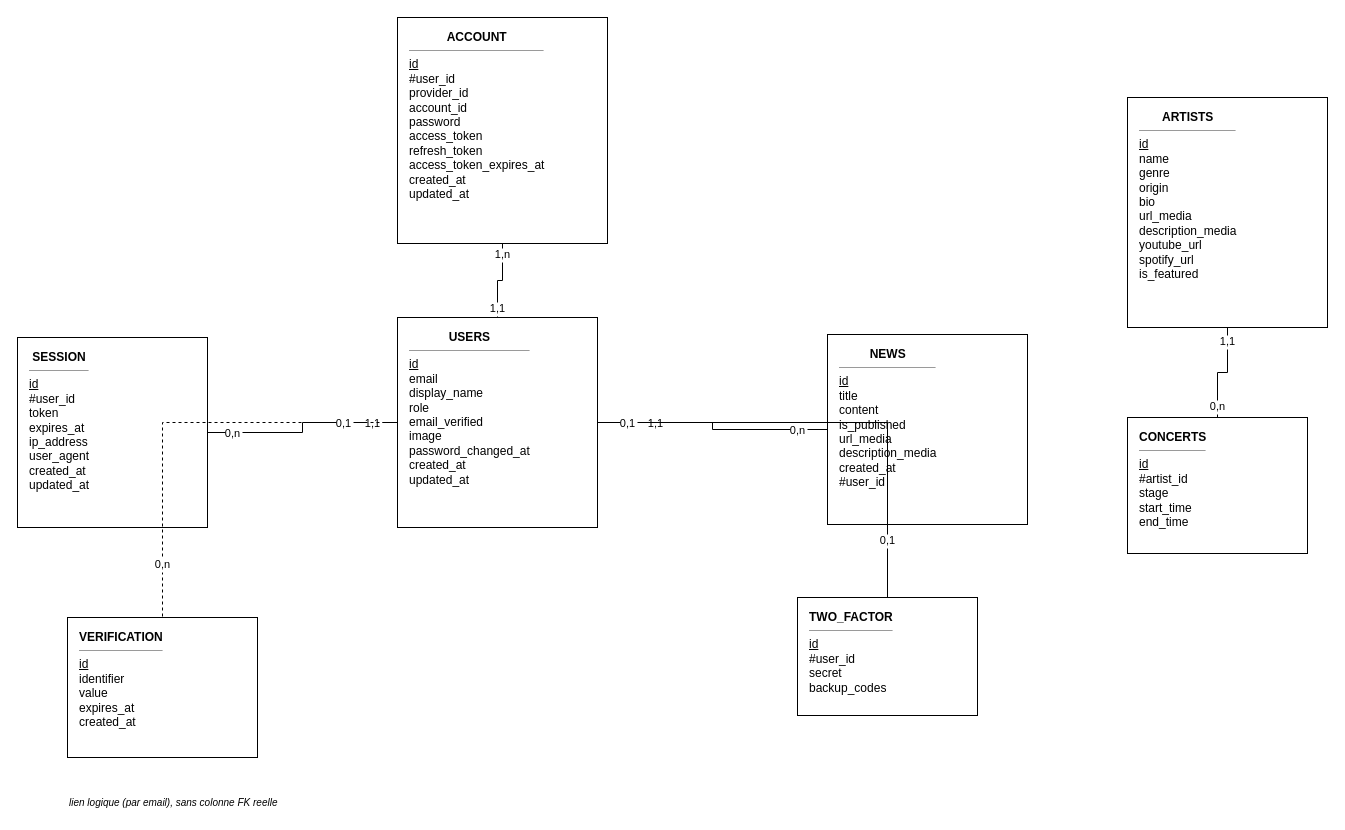
The draw.io diagram Modèle de données/MLD.drawio in aurelienrnd/FestApp, before the edit. Source tidied: cells renumbered, new cells numbered last; positions are measured from the earlier drawing's top-left corner, leaving out a move shared by most shapes. Both pictures are drawn from the tidied source at 100%, with x=0, y=0 at pixel (17, 17).
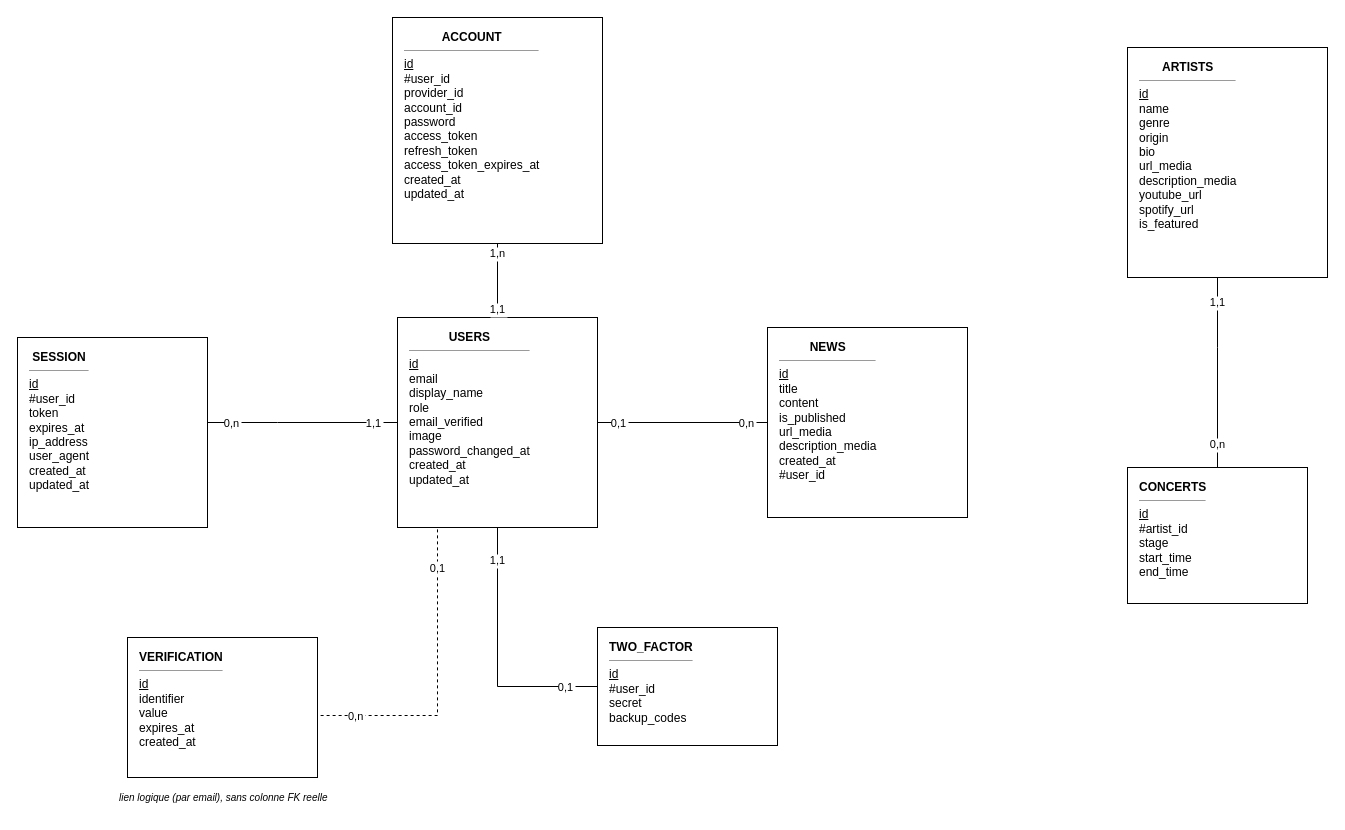
Above is the later version.

Unchanged cells that the change refers to:
```xml
<mxCell id="4" value="&lt;div style=&quot;text-align:center;font-weight:bold&quot;&gt;SESSION&lt;/div&gt;&lt;hr size=&quot;1&quot;/&gt;&lt;div style=&quot;text-decoration:underline&quot;&gt;id&lt;/div&gt;&lt;div&gt;#user_id&lt;/div&gt;&lt;div&gt;token&lt;/div&gt;&lt;div&gt;expires_at&lt;/div&gt;&lt;div&gt;ip_address&lt;/div&gt;&lt;div&gt;user_agent&lt;/div&gt;&lt;div&gt;created_at&lt;/div&gt;&lt;div&gt;updated_at&lt;/div&gt;" style="rounded=0;whiteSpace=wrap;html=1;align=left;verticalAlign=top;spacingLeft=10;spacingTop=6;spacingBottom=6;strokeColor=#000000;fillColor=#FFFFFF;fontColor=#000000;fontSize=12;" parent="1" vertex="1">
  <mxGeometry y="320" width="190" height="190" as="geometry" />
</mxCell>
<mxCell id="5" value="&lt;div style=&quot;text-align:center;font-weight:bold&quot;&gt;USERS&lt;/div&gt;&lt;hr size=&quot;1&quot;/&gt;&lt;div style=&quot;text-decoration:underline&quot;&gt;id&lt;/div&gt;&lt;div&gt;email&lt;/div&gt;&lt;div&gt;display_name&lt;/div&gt;&lt;div&gt;role&lt;/div&gt;&lt;div&gt;email_verified&lt;/div&gt;&lt;div&gt;image&lt;/div&gt;&lt;div&gt;password_changed_at&lt;/div&gt;&lt;div&gt;created_at&lt;/div&gt;&lt;div&gt;updated_at&lt;/div&gt;" style="rounded=0;whiteSpace=wrap;html=1;align=left;verticalAlign=top;spacingLeft=10;spacingTop=6;spacingBottom=6;strokeColor=#000000;fillColor=#FFFFFF;fontColor=#000000;fontSize=12;fontStyle=0;" parent="1" vertex="1">
  <mxGeometry x="380" y="300" width="200" height="210" as="geometry" />
</mxCell>
```

The edit, as a diff of the source:
```diff
@@
     <mxCell id="2" value="&lt;div style=&quot;text-align:center;font-weight:bold&quot;&gt;ACCOUNT&lt;/div&gt;&lt;hr size=&quot;1&quot;/&gt;&lt;div style=&quot;text-decoration:underline&quot;&gt;id&lt;/div&gt;&lt;div&gt;#user_id&lt;/div&gt;&lt;div&gt;provider_id&lt;/div&gt;&lt;div&gt;account_id&lt;/div&gt;&lt;div&gt;password&lt;/div&gt;&lt;div&gt;access_token&lt;/div&gt;&lt;div&gt;refresh_token&lt;/div&gt;&lt;div&gt;access_token_expires_at&lt;/div&gt;&lt;div&gt;created_at&lt;/div&gt;&lt;div&gt;updated_at&lt;/div&gt;" style="rounded=0;whiteSpace=wrap;html=1;align=left;verticalAlign=top;spacingLeft=10;spacingTop=6;spacingBottom=6;strokeColor=#000000;fillColor=#FFFFFF;fontColor=#000000;fontSize=12;" parent="1" vertex="1">
-      <mxGeometry x="380" width="210" height="226" as="geometry" />
+      <mxGeometry x="375" width="210" height="226" as="geometry" />
     </mxCell>
     <mxCell id="3" value="&lt;div style=&quot;text-align:center;font-weight:bold&quot;&gt;TWO_FACTOR&lt;/div&gt;&lt;hr size=&quot;1&quot;/&gt;&lt;div style=&quot;text-decoration:underline&quot;&gt;id&lt;/div&gt;&lt;div&gt;#user_id&lt;/div&gt;&lt;div&gt;secret&lt;/div&gt;&lt;div&gt;backup_codes&lt;/div&gt;" style="rounded=0;whiteSpace=wrap;html=1;align=left;verticalAlign=top;spacingLeft=10;spacingTop=6;spacingBottom=6;strokeColor=#000000;fillColor=#FFFFFF;fontColor=#000000;fontSize=12;" parent="1" vertex="1">
-      <mxGeometry x="780" y="580" width="180" height="118" as="geometry" />
+      <mxGeometry x="580" y="610" width="180" height="118" as="geometry" />
     </mxCell>
@@
     <mxCell id="6" value="&lt;div style=&quot;text-align:center;font-weight:bold&quot;&gt;VERIFICATION&lt;/div&gt;&lt;hr size=&quot;1&quot;/&gt;&lt;div style=&quot;text-decoration:underline&quot;&gt;id&lt;/div&gt;&lt;div&gt;identifier&lt;/div&gt;&lt;div&gt;value&lt;/div&gt;&lt;div&gt;expires_at&lt;/div&gt;&lt;div&gt;created_at&lt;/div&gt;" style="rounded=0;whiteSpace=wrap;html=1;align=left;verticalAlign=top;spacingLeft=10;spacingTop=6;spacingBottom=6;strokeColor=#000000;fillColor=#FFFFFF;fontColor=#000000;fontSize=12;" parent="1" vertex="1">
-      <mxGeometry x="50" y="600" width="190" height="140" as="geometry" />
+      <mxGeometry x="110" y="620" width="190" height="140" as="geometry" />
     </mxCell>
     <mxCell id="7" value="&lt;div style=&quot;text-align:center;font-weight:bold&quot;&gt;NEWS&lt;/div&gt;&lt;hr size=&quot;1&quot;/&gt;&lt;div style=&quot;text-decoration:underline&quot;&gt;id&lt;/div&gt;&lt;div&gt;title&lt;/div&gt;&lt;div&gt;content&lt;/div&gt;&lt;div&gt;is_published&lt;/div&gt;&lt;div&gt;url_media&lt;/div&gt;&lt;div&gt;description_media&lt;/div&gt;&lt;div&gt;created_at&lt;/div&gt;&lt;div&gt;#user_id&lt;/div&gt;" style="rounded=0;whiteSpace=wrap;html=1;align=left;verticalAlign=top;spacingLeft=10;spacingTop=6;spacingBottom=6;strokeColor=#000000;fillColor=#FFFFFF;fontColor=#000000;fontSize=12;" parent="1" vertex="1">
-      <mxGeometry x="810" y="317" width="200" height="190" as="geometry" />
+      <mxGeometry x="750" y="310" width="200" height="190" as="geometry" />
     </mxCell>
     <mxCell id="8" value="&lt;div style=&quot;text-align:center;font-weight:bold&quot;&gt;ARTISTS&lt;/div&gt;&lt;hr size=&quot;1&quot;/&gt;&lt;div style=&quot;text-decoration:underline&quot;&gt;id&lt;/div&gt;&lt;div&gt;name&lt;/div&gt;&lt;div&gt;genre&lt;/div&gt;&lt;div&gt;origin&lt;/div&gt;&lt;div&gt;bio&lt;/div&gt;&lt;div&gt;url_media&lt;/div&gt;&lt;div&gt;description_media&lt;/div&gt;&lt;div&gt;youtube_url&lt;/div&gt;&lt;div&gt;spotify_url&lt;/div&gt;&lt;div&gt;is_featured&lt;/div&gt;" style="rounded=0;whiteSpace=wrap;html=1;align=left;verticalAlign=top;spacingLeft=10;spacingTop=6;spacingBottom=6;strokeColor=#000000;fillColor=#FFFFFF;fontColor=#000000;fontSize=12;" parent="1" vertex="1">
-      <mxGeometry x="1110" y="80" width="200" height="230" as="geometry" />
+      <mxGeometry x="1110" y="30" width="200" height="230" as="geometry" />
     </mxCell>
     <mxCell id="9" value="&lt;div style=&quot;text-align:center;font-weight:bold&quot;&gt;CONCERTS&lt;/div&gt;&lt;hr size=&quot;1&quot;/&gt;&lt;div style=&quot;text-decoration:underline&quot;&gt;id&lt;/div&gt;&lt;div&gt;#artist_id&lt;/div&gt;&lt;div&gt;stage&lt;/div&gt;&lt;div&gt;start_time&lt;/div&gt;&lt;div&gt;end_time&lt;/div&gt;" style="rounded=0;whiteSpace=wrap;html=1;align=left;verticalAlign=top;spacingLeft=10;spacingTop=6;spacingBottom=6;strokeColor=#000000;fillColor=#FFFFFF;fontColor=#000000;fontSize=12;" parent="1" vertex="1">
-      <mxGeometry x="1110" y="400" width="180" height="136" as="geometry" />
+      <mxGeometry x="1110" y="450" width="180" height="136" as="geometry" />
     </mxCell>
     <mxCell id="10" style="edgeStyle=orthogonalEdgeStyle;rounded=0;html=0;endArrow=none;startArrow=none;strokeColor=#000000;" parent="1" edge="1" source="5" target="2">
-      <mxGeometry relative="1" as="geometry" />
+      <mxGeometry relative="1" as="geometry">
+        <Array as="points">
+          <mxPoint x="480" y="240" />
+          <mxPoint x="480" y="240" />
+        </Array>
+      </mxGeometry>
     </mxCell>
-    <mxCell id="11" value="1,1" style="edgeLabel;html=0;align=center;verticalAlign=middle;fontSize=11;fontColor=#000000;labelBackgroundColor=#FFFFFF;" parent="10" vertex="1">
-      <mxGeometry x="-0.75" relative="1" as="geometry" />
-    </mxCell>
+    <mxCell id="29" value="1,1" style="edgeLabel;html=0;align=center;verticalAlign=middle;fontSize=11;fontColor=#000000;labelBackgroundColor=#FFFFFF;" parent="10" vertex="1">
+      <mxGeometry x="-0.75" relative="1" as="geometry" />
+    </mxCell>
@@
-    <mxCell id="13" style="edgeStyle=orthogonalEdgeStyle;rounded=0;html=0;endArrow=none;startArrow=none;strokeColor=#000000;" parent="1" edge="1" source="5" target="3">
+    <mxCell id="13" style="edgeStyle=orthogonalEdgeStyle;rounded=0;html=0;endArrow=none;startArrow=none;strokeColor=#000000;entryX=0;entryY=0.5;entryDx=0;entryDy=0;" parent="1" edge="1" source="5" target="3">
       <mxGeometry relative="1" as="geometry" />
     </mxCell>
-    <mxCell id="14" value="1,1" style="edgeLabel;html=0;align=center;verticalAlign=middle;fontSize=11;fontColor=#000000;labelBackgroundColor=#FFFFFF;" parent="13" vertex="1">
-      <mxGeometry x="-0.75" relative="1" as="geometry" />
-    </mxCell>
-    <mxCell id="15" value="0,1" style="edgeLabel;html=0;align=center;verticalAlign=middle;fontSize=11;fontColor=#000000;labelBackgroundColor=#FFFFFF;" parent="13" vertex="1">
-      <mxGeometry x="0.75" relative="1" as="geometry" />
-    </mxCell>
+    <mxCell id="30" value="1,1" style="edgeLabel;html=0;align=center;verticalAlign=middle;fontSize=11;fontColor=#000000;labelBackgroundColor=#FFFFFF;" parent="13" vertex="1">
+      <mxGeometry x="-0.75" relative="1" as="geometry" />
+    </mxCell>
+    <mxCell id="31" value="0,1" style="edgeLabel;html=0;align=center;verticalAlign=middle;fontSize=11;fontColor=#000000;labelBackgroundColor=#FFFFFF;" parent="13" vertex="1">
+      <mxGeometry x="0.75" relative="1" as="geometry" />
+    </mxCell>
     <mxCell id="16" style="edgeStyle=orthogonalEdgeStyle;rounded=0;html=0;endArrow=none;startArrow=none;strokeColor=#000000;" parent="1" edge="1" source="5" target="4">
-      <mxGeometry relative="1" as="geometry" />
+      <mxGeometry relative="1" as="geometry">
+        <Array as="points">
+          <mxPoint x="260" y="405.1" />
+          <mxPoint x="260" y="405.1" />
+        </Array>
+      </mxGeometry>
     </mxCell>
-    <mxCell id="17" value="1,1" style="edgeLabel;html=0;align=center;verticalAlign=middle;fontSize=11;fontColor=#000000;labelBackgroundColor=#FFFFFF;" parent="16" vertex="1">
-      <mxGeometry x="-0.75" relative="1" as="geometry" />
-    </mxCell>
-    <mxCell id="18" value="0,n" style="edgeLabel;html=0;align=center;verticalAlign=middle;fontSize=11;fontColor=#000000;labelBackgroundColor=#FFFFFF;" parent="16" vertex="1">
-      <mxGeometry x="0.75" relative="1" as="geometry" />
-    </mxCell>
+    <mxCell id="32" value="1,1" style="edgeLabel;html=0;align=center;verticalAlign=middle;fontSize=11;fontColor=#000000;labelBackgroundColor=#FFFFFF;" parent="16" vertex="1">
+      <mxGeometry x="-0.75" relative="1" as="geometry" />
+    </mxCell>
+    <mxCell id="33" value="0,n" style="edgeLabel;html=0;align=center;verticalAlign=middle;fontSize=11;fontColor=#000000;labelBackgroundColor=#FFFFFF;" parent="16" vertex="1">
+      <mxGeometry x="0.75" relative="1" as="geometry" />
+    </mxCell>
     <mxCell id="19" style="edgeStyle=orthogonalEdgeStyle;rounded=0;html=0;endArrow=none;startArrow=none;strokeColor=#000000;" parent="1" edge="1" source="5" target="7">
-      <mxGeometry relative="1" as="geometry" />
+      <mxGeometry relative="1" as="geometry">
+        <Array as="points">
+          <mxPoint x="760" y="405" />
+          <mxPoint x="760" y="405" />
+        </Array>
+      </mxGeometry>
     </mxCell>
-    <mxCell id="20" value="0,1" style="edgeLabel;html=0;align=center;verticalAlign=middle;fontSize=11;fontColor=#000000;labelBackgroundColor=#FFFFFF;" parent="19" vertex="1">
-      <mxGeometry x="-0.75" relative="1" as="geometry" />
-    </mxCell>
-    <mxCell id="21" value="0,n" style="edgeLabel;html=0;align=center;verticalAlign=middle;fontSize=11;fontColor=#000000;labelBackgroundColor=#FFFFFF;" parent="19" vertex="1">
-      <mxGeometry x="0.75" relative="1" as="geometry" />
-    </mxCell>
+    <mxCell id="34" value="0,1" style="edgeLabel;html=0;align=center;verticalAlign=middle;fontSize=11;fontColor=#000000;labelBackgroundColor=#FFFFFF;" parent="19" vertex="1">
+      <mxGeometry x="-0.75" relative="1" as="geometry" />
+    </mxCell>
+    <mxCell id="35" value="0,n" style="edgeLabel;html=0;align=center;verticalAlign=middle;fontSize=11;fontColor=#000000;labelBackgroundColor=#FFFFFF;" parent="19" vertex="1">
+      <mxGeometry x="0.75" relative="1" as="geometry" />
+    </mxCell>
     <mxCell id="22" style="edgeStyle=orthogonalEdgeStyle;rounded=0;html=0;endArrow=none;startArrow=none;strokeColor=#000000;" parent="1" edge="1" source="8" target="9">
-      <mxGeometry relative="1" as="geometry" />
+      <mxGeometry relative="1" as="geometry">
+        <Array as="points">
+          <mxPoint x="1200" y="330" />
+          <mxPoint x="1200" y="330" />
+        </Array>
+      </mxGeometry>
     </mxCell>
-    <mxCell id="23" value="1,1" style="edgeLabel;html=0;align=center;verticalAlign=middle;fontSize=11;fontColor=#000000;labelBackgroundColor=#FFFFFF;" parent="22" vertex="1">
-      <mxGeometry x="-0.75" relative="1" as="geometry" />
-    </mxCell>
-    <mxCell id="24" value="0,n" style="edgeLabel;html=0;align=center;verticalAlign=middle;fontSize=11;fontColor=#000000;labelBackgroundColor=#FFFFFF;" parent="22" vertex="1">
-      <mxGeometry x="0.75" relative="1" as="geometry" />
-    </mxCell>
-    <mxCell id="25" style="edgeStyle=orthogonalEdgeStyle;rounded=0;html=0;endArrow=none;startArrow=none;strokeColor=#000000;dashed=1;" parent="1" edge="1" source="5" target="6">
-      <mxGeometry relative="1" as="geometry" />
-    </mxCell>
-    <mxCell id="26" value="0,1" style="edgeLabel;html=0;align=center;verticalAlign=middle;fontSize=11;fontColor=#000000;labelBackgroundColor=#FFFFFF;" parent="25" vertex="1">
-      <mxGeometry x="-0.75" relative="1" as="geometry" />
-    </mxCell>
-    <mxCell id="27" value="0,n" style="edgeLabel;html=0;align=center;verticalAlign=middle;fontSize=11;fontColor=#000000;labelBackgroundColor=#FFFFFF;" parent="25" vertex="1">
-      <mxGeometry x="0.75" relative="1" as="geometry" />
-    </mxCell>
+    <mxCell id="36" value="1,1" style="edgeLabel;html=0;align=center;verticalAlign=middle;fontSize=11;fontColor=#000000;labelBackgroundColor=#FFFFFF;" parent="22" vertex="1">
+      <mxGeometry x="-0.75" relative="1" as="geometry" />
+    </mxCell>
+    <mxCell id="37" value="0,n" style="edgeLabel;html=0;align=center;verticalAlign=middle;fontSize=11;fontColor=#000000;labelBackgroundColor=#FFFFFF;" parent="22" vertex="1">
+      <mxGeometry x="0.75" relative="1" as="geometry" />
+    </mxCell>
+    <mxCell id="38" style="edgeStyle=orthogonalEdgeStyle;rounded=0;html=0;endArrow=none;startArrow=none;strokeColor=#000000;dashed=1;entryX=1;entryY=0.5;entryDx=0;entryDy=0;exitX=0.2;exitY=1.009;exitDx=0;exitDy=0;exitPerimeter=0;" parent="1" edge="1" source="5">
+      <mxGeometry relative="1" as="geometry">
+        <mxPoint x="300" y="698" as="targetPoint" />
+        <Array as="points">
+          <mxPoint x="420" y="698" />
+        </Array>
+      </mxGeometry>
+    </mxCell>
+    <mxCell id="39" value="0,1" style="edgeLabel;html=0;align=center;verticalAlign=middle;fontSize=11;fontColor=#000000;labelBackgroundColor=#FFFFFF;" parent="38" vertex="1">
+      <mxGeometry x="-0.75" relative="1" as="geometry" />
+    </mxCell>
+    <mxCell id="40" value="0,n" style="edgeLabel;html=0;align=center;verticalAlign=middle;fontSize=11;fontColor=#000000;labelBackgroundColor=#FFFFFF;" parent="38" vertex="1">
+      <mxGeometry x="0.75" relative="1" as="geometry" />
+    </mxCell>
     <mxCell id="28" value="lien logique (par email), sans colonne FK reelle" style="text;html=0;align=left;verticalAlign=middle;strokeColor=none;fillColor=none;fontColor=#000000;fontSize=10;fontStyle=2;" parent="1" vertex="1">
-      <mxGeometry x="50" y="775" width="340" height="20" as="geometry" />
+      <mxGeometry x="100" y="770" width="226" height="20" as="geometry" />
     </mxCell>
```
